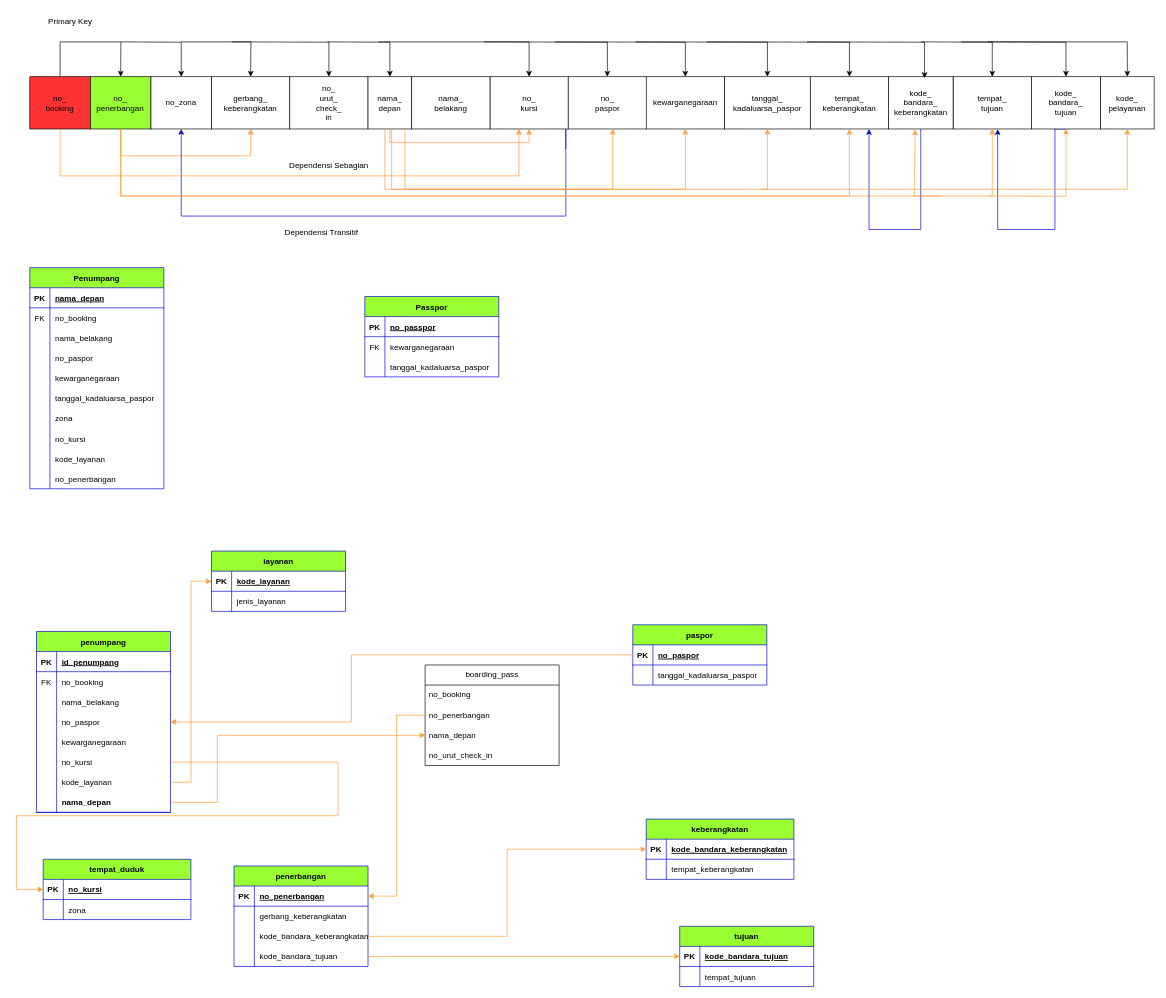
Above: page "Page-1" (1 of 2) of ER Diagram/tugas_add.drawio in Edwin-Jaya/Data-Design-Analytics-Project (draw.io), before the change. Source tidied: cells renumbered, new cells numbered last; positions are measured from the earlier drawing's top-left corner, leaving out a move shared by most shapes. Both pictures are drawn from the tidied source at 67%, with x=0, y=0 at pixel (16, 11).
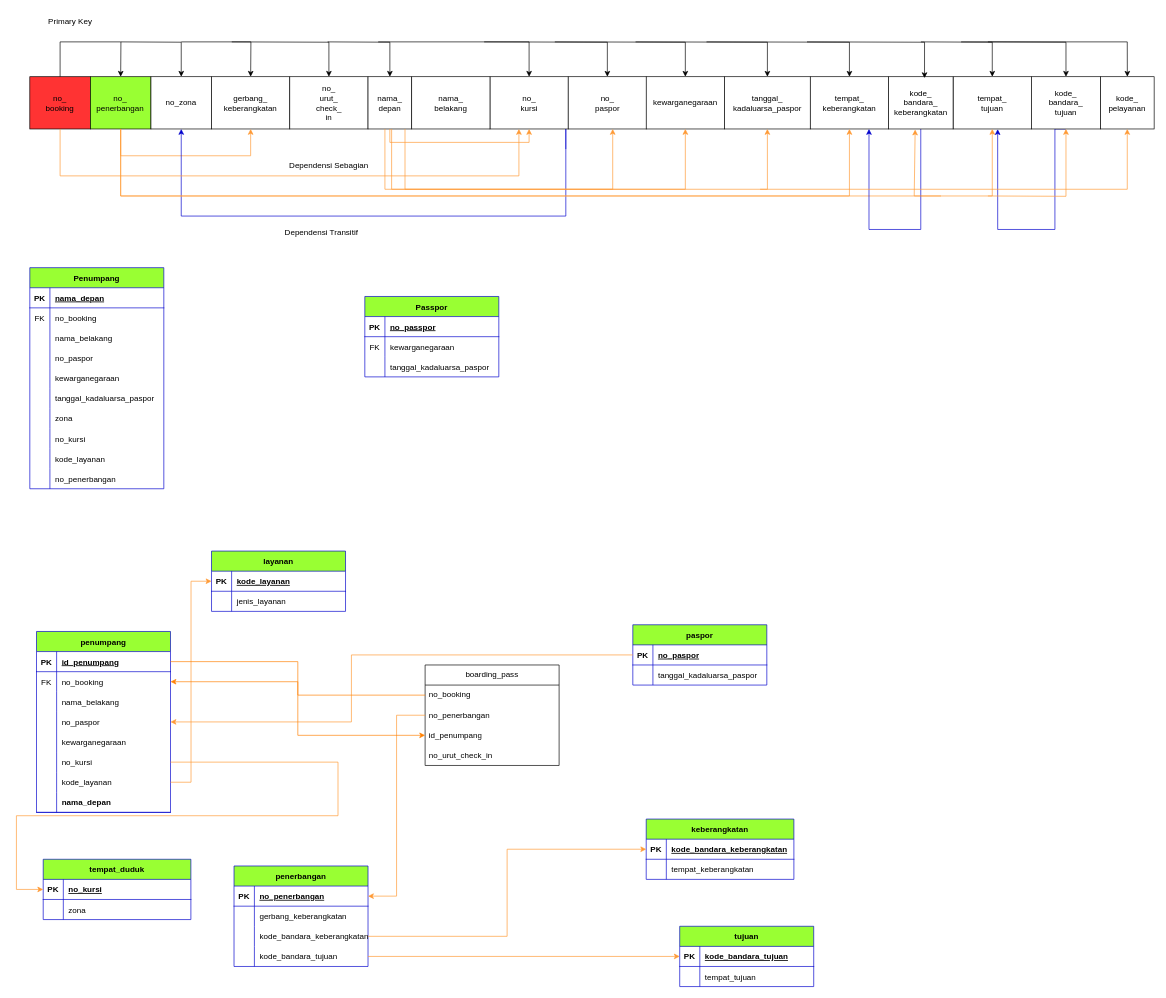
Above is the later version.

Unchanged cells that the change refers to:
```xml
<mxCell id="44" style="shape=tableRow;horizontal=0;startSize=0;swimlaneHead=0;swimlaneBody=0;fillColor=none;points=[[0,0.5],[1,0.5]];portConstraint=eastwest;top=0;left=0;right=0;bottom=1;strokeColor=#0000CC;fontSize=12;" parent="43" vertex="1">
  <mxGeometry y="30" width="200" height="30" as="geometry" />
</mxCell>
<mxCell id="47" style="shape=tableRow;horizontal=0;startSize=0;swimlaneHead=0;swimlaneBody=0;fillColor=none;points=[[0,0.5],[1,0.5]];portConstraint=eastwest;top=0;left=0;right=0;bottom=0;strokeColor=#0000CC;fontSize=12;" parent="43" vertex="1">
  <mxGeometry y="60" width="200" height="30" as="geometry" />
</mxCell>
<mxCell id="65" style="shape=tableRow;horizontal=0;startSize=0;swimlaneHead=0;swimlaneBody=0;fillColor=none;points=[[0,0.5],[1,0.5]];portConstraint=eastwest;top=0;left=0;right=0;bottom=1;strokeColor=#0000CC;fontSize=12;" parent="43" vertex="1">
  <mxGeometry y="240" width="200" height="30" as="geometry" />
</mxCell>
<mxCell id="102" value="boarding_pass" style="swimlane;fontStyle=0;horizontal=1;startSize=30;whiteSpace=wrap;html=1;" parent="1" vertex="1">
  <mxGeometry x="610" y="975" width="200" height="150" as="geometry" />
</mxCell>
<mxCell id="103" value="no_booking" style="text;strokeColor=none;fillColor=none;align=left;verticalAlign=middle;spacingLeft=4;spacingRight=4;overflow=hidden;points=[[0,0.5],[1,0.5]];portConstraint=eastwest;whiteSpace=wrap;html=1;" parent="102" vertex="1">
  <mxGeometry y="30" width="200" height="30" as="geometry" />
</mxCell>
```

Diff of the diagram source:
```diff
@@
-    <mxCell id="105" value="nama_depan" style="text;strokeColor=none;fillColor=none;align=left;verticalAlign=middle;spacingLeft=4;spacingRight=4;overflow=hidden;points=[[0,0.5],[1,0.5]];portConstraint=eastwest;whiteSpace=wrap;html=1;" parent="102" vertex="1">
+    <mxCell id="105" value="id_penumpang" style="text;strokeColor=none;fillColor=none;align=left;verticalAlign=middle;spacingLeft=4;spacingRight=4;overflow=hidden;points=[[0,0.5],[1,0.5]];portConstraint=eastwest;whiteSpace=wrap;html=1;" parent="102" vertex="1">
       <mxGeometry y="90" width="200" height="30" as="geometry" />
     </mxCell>
@@
-    <mxCell id="116" style="edgeStyle=orthogonalEdgeStyle;rounded=0;jettySize=auto;html=1;entryX=0;entryY=0.5;entryDx=0;entryDy=0;strokeColor=#FF9933;exitX=1;exitY=0.5;exitDx=0;exitDy=0;" parent="1" edge="1" source="65" target="105">
-      <mxGeometry relative="1" as="geometry">
-        <Array as="points">
-          <mxPoint x="300" y="1180" />
-          <mxPoint x="300" y="1080" />
-        </Array>
-      </mxGeometry>
-    </mxCell>
@@
+    <mxCell id="177" style="edgeStyle=orthogonalEdgeStyle;rounded=0;jettySize=auto;html=1;exitX=1;exitY=0.5;exitDx=0;exitDy=0;entryX=0;entryY=0.5;entryDx=0;entryDy=0;strokeColor=#FF8000;" parent="1" edge="1" source="44" target="105">
+      <mxGeometry relative="1" as="geometry" />
+    </mxCell>
+    <mxCell id="178" style="edgeStyle=orthogonalEdgeStyle;rounded=0;jettySize=auto;html=1;exitX=0;exitY=0.5;exitDx=0;exitDy=0;entryX=1;entryY=0.5;entryDx=0;entryDy=0;strokeColor=#FF8000;" parent="1" edge="1" source="103" target="47">
+      <mxGeometry relative="1" as="geometry" />
+    </mxCell>
```
